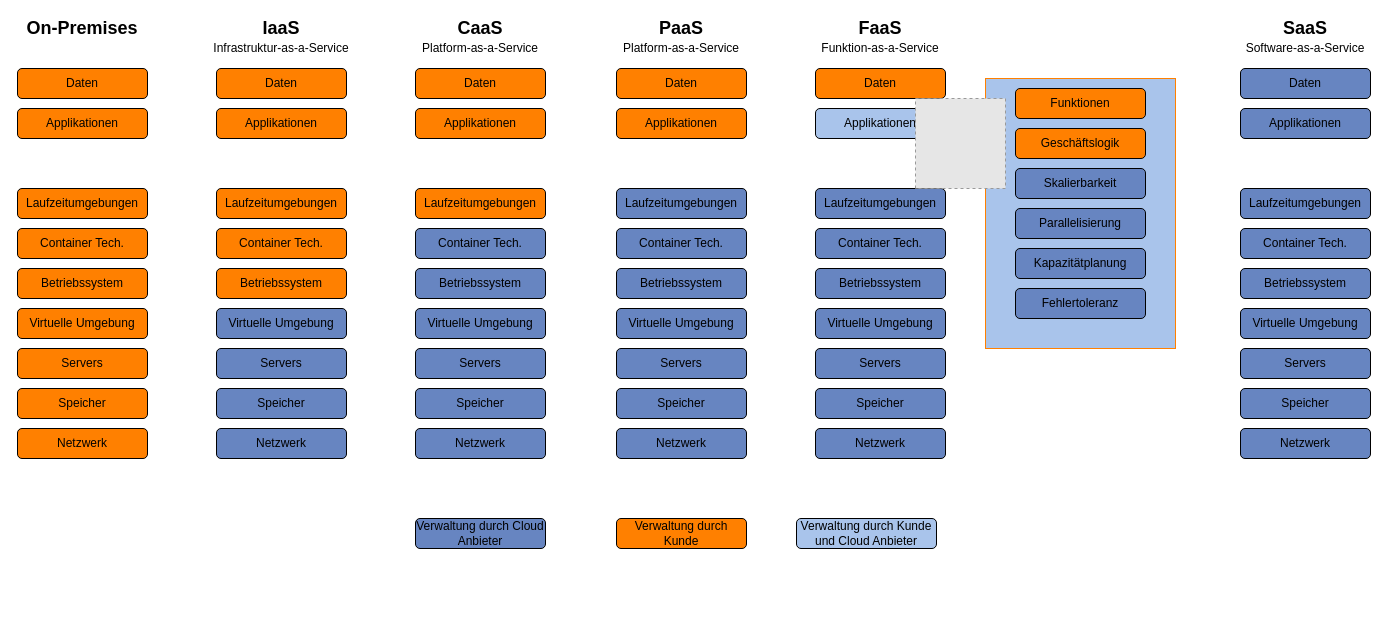
This is IaaSvsPaaS-etc.drawio from iamulya/drawio-diagrams, a draw.io file, before an edit. Source tidied: cells renumbered, new cells numbered last; positions are measured from the earlier drawing's top-left corner, leaving out a move shared by most shapes. Both pictures are drawn from the tidied source at 100%, with x=0, y=0 at pixel (17, 18). Pictures stored in the file or linked from it are replaced by grey dashed boxes.
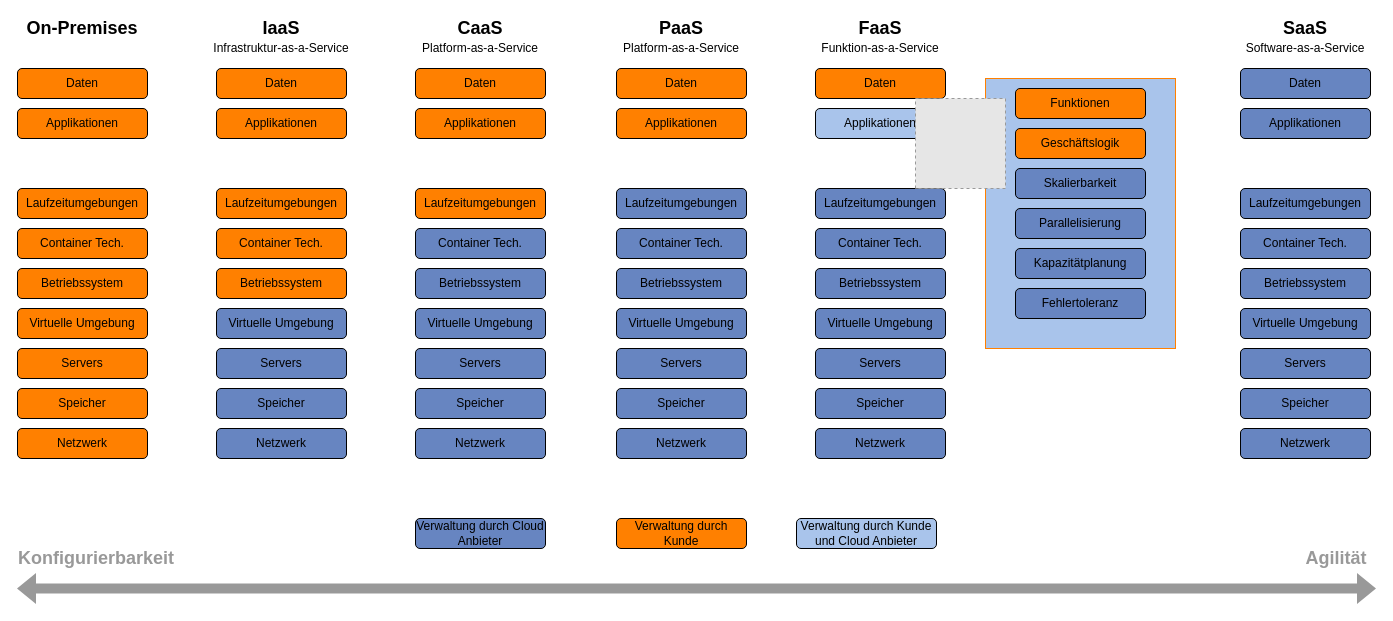
After the change.

The edit, as a diff of the source:
```diff
@@
+    <mxCell id="78" style="shape=flexArrow;endArrow=classic;startArrow=classic;html=1;fillColor=#999999;strokeColor=none;" parent="1" edge="1">
+      <mxGeometry relative="1" as="geometry">
+        <mxPoint x="-1" y="570" as="sourcePoint" />
+        <mxPoint x="1359" y="570" as="targetPoint" />
+      </mxGeometry>
+    </mxCell>
+    <mxCell id="79" value="&lt;font size=&quot;1&quot; color=&quot;#999999&quot;&gt;&lt;b style=&quot;font-size: 18px&quot;&gt;Konfigurierbarkeit&lt;/b&gt;&lt;/font&gt;" style="text;html=1;strokeColor=none;fillColor=none;align=center;verticalAlign=middle;whiteSpace=wrap;rounded=0;" parent="1" vertex="1">
+      <mxGeometry x="59" y="530" width="40" height="20" as="geometry" />
+    </mxCell>
+    <mxCell id="80" value="&lt;font size=&quot;1&quot; color=&quot;#999999&quot;&gt;&lt;b style=&quot;font-size: 18px&quot;&gt;Agilität&lt;/b&gt;&lt;/font&gt;" style="text;html=1;strokeColor=none;fillColor=none;align=center;verticalAlign=middle;whiteSpace=wrap;rounded=0;" parent="1" vertex="1">
+      <mxGeometry x="1299" y="530" width="40" height="20" as="geometry" />
+    </mxCell>
```
